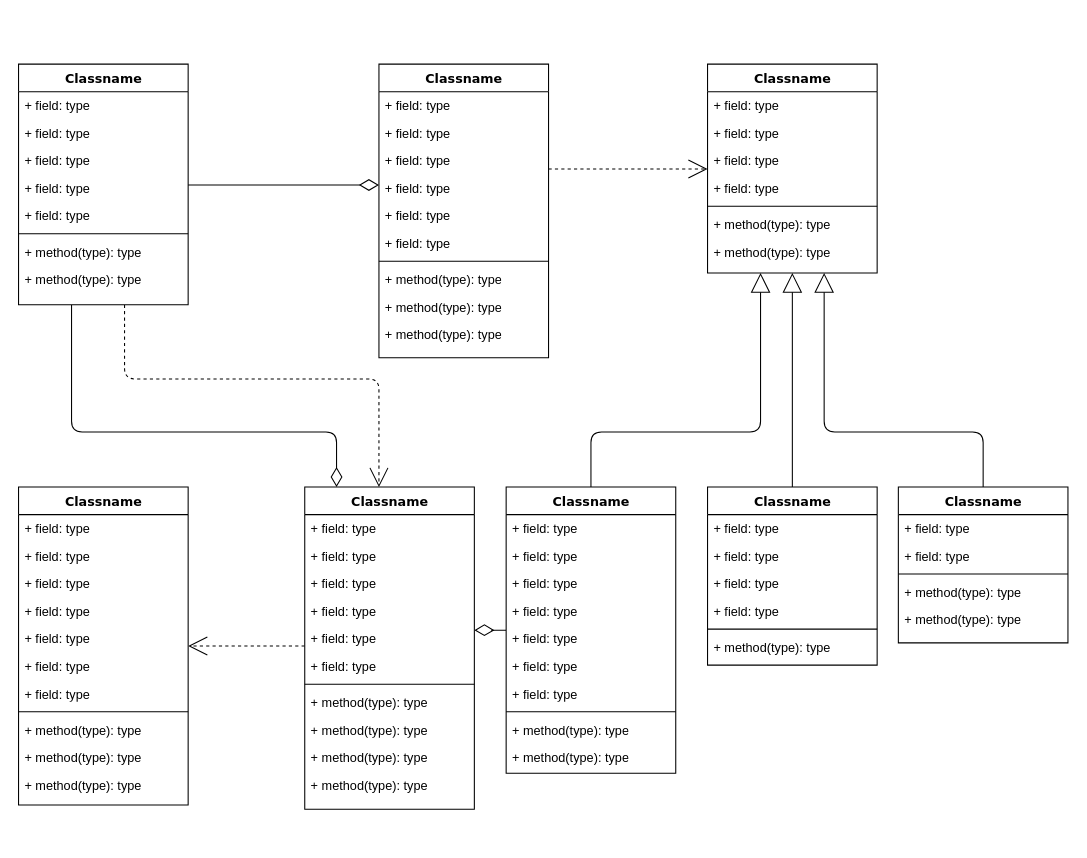
Above: ProjetoBD.drawio in merycd/flavio (draw.io), before the change. Source tidied: cells renumbered, new cells numbered last; positions are measured from the earlier drawing's top-left corner, leaving out a move shared by most shapes. Both pictures are drawn from the tidied source at 106%, with x=0, y=0 at pixel (18, 64).
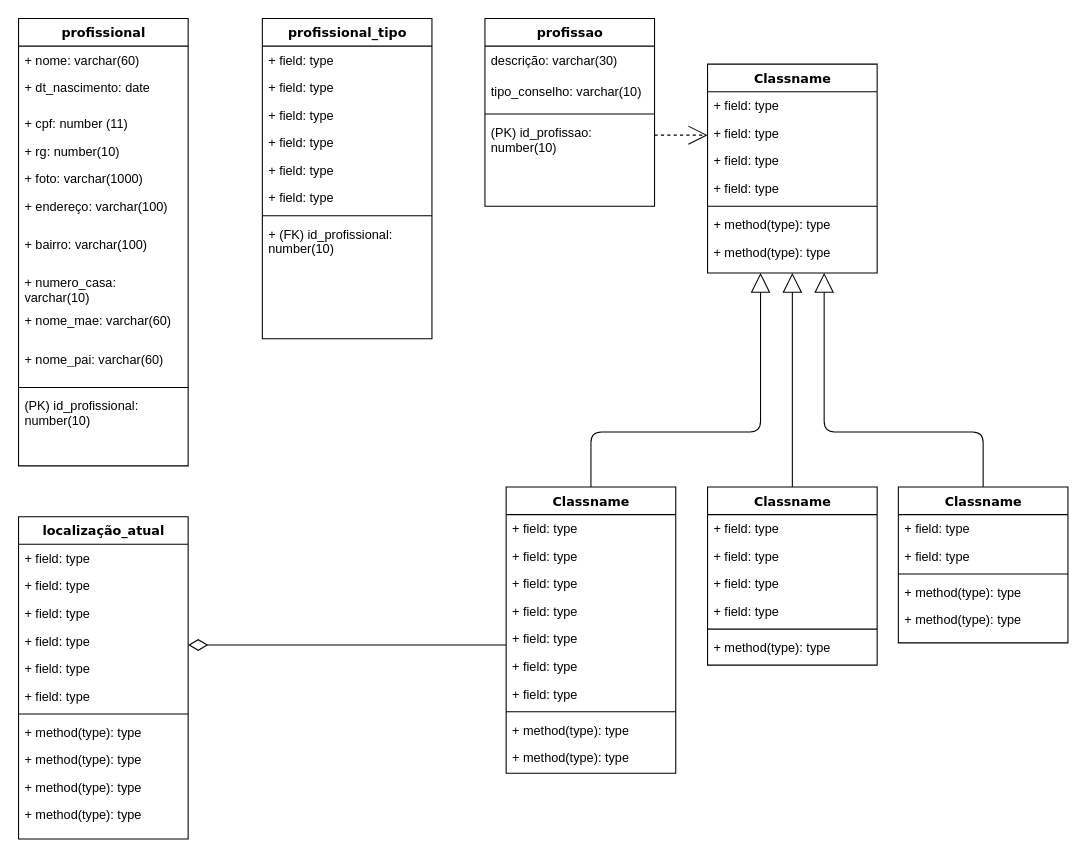
The same page after the edit.

Diff of the diagram source:
```diff
@@
-    <mxCell id="2" style="edgeStyle=orthogonalEdgeStyle;html=1;labelBackgroundColor=none;startFill=0;startSize=8;endArrow=open;endFill=0;endSize=16;fontFamily=Verdana;fontSize=12;dashed=1;" parent="1" edge="1" source="4" target="47">
-      <mxGeometry relative="1" as="geometry">
-        <Array as="points">
-          <mxPoint x="100" y="297" />
-          <mxPoint x="340" y="297" />
-        </Array>
-      </mxGeometry>
-    </mxCell>
-    <mxCell id="3" style="edgeStyle=orthogonalEdgeStyle;html=1;labelBackgroundColor=none;startFill=0;startSize=8;endArrow=diamondThin;endFill=0;endSize=16;fontFamily=Verdana;fontSize=12;" parent="1" edge="1" source="4" target="47">
-      <mxGeometry relative="1" as="geometry">
-        <Array as="points">
-          <mxPoint x="50" y="347" />
-          <mxPoint x="300" y="347" />
-        </Array>
-      </mxGeometry>
-    </mxCell>
-    <mxCell id="4" value="Classname" style="swimlane;html=1;fontStyle=1;align=center;verticalAlign=top;horizontal=1;startSize=26;swimlaneFillColor=#ffffff;rounded=0;shadow=0;comic=0;labelBackgroundColor=none;strokeWidth=1;fillColor=none;fontFamily=Verdana;fontSize=12;" parent="1" vertex="1">
-      <mxGeometry width="160" height="227" as="geometry" />
+    <mxCell id="4" value="profissional" style="swimlane;html=1;fontStyle=1;align=center;verticalAlign=top;horizontal=1;startSize=26;swimlaneFillColor=#ffffff;rounded=0;shadow=0;comic=0;labelBackgroundColor=none;strokeWidth=1;fillColor=none;fontFamily=Verdana;fontSize=12;" parent="1" vertex="1">
+      <mxGeometry y="-43" width="160" height="422" as="geometry" />
     </mxCell>
-    <mxCell id="5" value="+ field: type" style="text;html=1;strokeColor=none;fillColor=none;align=left;verticalAlign=top;spacingLeft=4;spacingRight=4;whiteSpace=wrap;overflow=hidden;" parent="4" vertex="1">
+    <mxCell id="5" value="+ nome: varchar(60)" style="text;html=1;strokeColor=none;fillColor=none;align=left;verticalAlign=top;spacingLeft=4;spacingRight=4;whiteSpace=wrap;overflow=hidden;" parent="4" vertex="1">
       <mxGeometry y="26" width="160" height="26" as="geometry" />
     </mxCell>
-    <mxCell id="6" value="+ field: type" style="text;html=1;strokeColor=none;fillColor=none;align=left;verticalAlign=top;spacingLeft=4;spacingRight=4;whiteSpace=wrap;overflow=hidden;" parent="4" vertex="1">
-      <mxGeometry y="52" width="160" height="26" as="geometry" />
+    <mxCell id="6" value="+ dt_nascimento: date" style="text;html=1;strokeColor=none;fillColor=none;align=left;verticalAlign=top;spacingLeft=4;spacingRight=4;whiteSpace=wrap;overflow=hidden;" parent="4" vertex="1">
+      <mxGeometry y="52" width="160" height="34" as="geometry" />
     </mxCell>
-    <mxCell id="7" value="+ field: type" style="text;html=1;strokeColor=none;fillColor=none;align=left;verticalAlign=top;spacingLeft=4;spacingRight=4;whiteSpace=wrap;overflow=hidden;" parent="4" vertex="1">
-      <mxGeometry y="78" width="160" height="26" as="geometry" />
-    </mxCell>
-    <mxCell id="8" value="+ field: type" style="text;html=1;strokeColor=none;fillColor=none;align=left;verticalAlign=top;spacingLeft=4;spacingRight=4;whiteSpace=wrap;overflow=hidden;" parent="4" vertex="1">
-      <mxGeometry y="104" width="160" height="26" as="geometry" />
+    <mxCell id="8" value="+ cpf: number (11)" style="text;html=1;strokeColor=none;fillColor=none;align=left;verticalAlign=top;spacingLeft=4;spacingRight=4;whiteSpace=wrap;overflow=hidden;" parent="4" vertex="1">
+      <mxGeometry y="86" width="160" height="26" as="geometry" />
     </mxCell>
+    <mxCell id="87" value="+ rg: number(10)" style="text;html=1;strokeColor=none;fillColor=none;align=left;verticalAlign=top;spacingLeft=4;spacingRight=4;whiteSpace=wrap;overflow=hidden;" parent="4" vertex="1">
+      <mxGeometry y="112" width="160" height="26" as="geometry" />
+    </mxCell>
+    <mxCell id="88" value="+ foto: varchar(1000)" style="text;html=1;strokeColor=none;fillColor=none;align=left;verticalAlign=top;spacingLeft=4;spacingRight=4;whiteSpace=wrap;overflow=hidden;" parent="4" vertex="1">
+      <mxGeometry y="138" width="160" height="26" as="geometry" />
+    </mxCell>
+    <mxCell id="89" value="+ endereço: varchar(100)" style="text;html=1;strokeColor=none;fillColor=none;align=left;verticalAlign=top;spacingLeft=4;spacingRight=4;whiteSpace=wrap;overflow=hidden;" parent="4" vertex="1">
+      <mxGeometry y="164" width="160" height="36" as="geometry" />
+    </mxCell>
+    <mxCell id="90" value="+ bairro: varchar(100)" style="text;html=1;strokeColor=none;fillColor=none;align=left;verticalAlign=top;spacingLeft=4;spacingRight=4;whiteSpace=wrap;overflow=hidden;" parent="4" vertex="1">
+      <mxGeometry y="200" width="160" height="36" as="geometry" />
+    </mxCell>
+    <mxCell id="91" value="+ numero_casa: varchar(10)" style="text;html=1;strokeColor=none;fillColor=none;align=left;verticalAlign=top;spacingLeft=4;spacingRight=4;whiteSpace=wrap;overflow=hidden;" parent="4" vertex="1">
+      <mxGeometry y="236" width="160" height="36" as="geometry" />
+    </mxCell>
+    <mxCell id="92" value="+ nome_mae: varchar(60)" style="text;html=1;strokeColor=none;fillColor=none;align=left;verticalAlign=top;spacingLeft=4;spacingRight=4;whiteSpace=wrap;overflow=hidden;" parent="4" vertex="1">
+      <mxGeometry y="272" width="160" height="36" as="geometry" />
+    </mxCell>
-    <mxCell id="9" value="+ field: type" style="text;html=1;strokeColor=none;fillColor=none;align=left;verticalAlign=top;spacingLeft=4;spacingRight=4;whiteSpace=wrap;overflow=hidden;" parent="4" vertex="1">
-      <mxGeometry y="130" width="160" height="26" as="geometry" />
+    <mxCell id="9" value="+ nome_pai: varchar(60)" style="text;html=1;strokeColor=none;fillColor=none;align=left;verticalAlign=top;spacingLeft=4;spacingRight=4;whiteSpace=wrap;overflow=hidden;" parent="4" vertex="1">
+      <mxGeometry y="308" width="160" height="36" as="geometry" />
     </mxCell>
     <mxCell id="10" style="line;html=1;strokeWidth=1;fillColor=none;align=left;verticalAlign=middle;spacingTop=-1;spacingLeft=3;spacingRight=3;labelPosition=right;" parent="4" vertex="1">
-      <mxGeometry y="156" width="160" height="8" as="geometry" />
+      <mxGeometry y="344" width="160" height="8" as="geometry" />
     </mxCell>
-    <mxCell id="11" value="+ method(type): type" style="text;html=1;strokeColor=none;fillColor=none;align=left;verticalAlign=top;spacingLeft=4;spacingRight=4;whiteSpace=wrap;overflow=hidden;" parent="4" vertex="1">
-      <mxGeometry y="164" width="160" height="26" as="geometry" />
-    </mxCell>
-    <mxCell id="12" value="+ method(type): type" style="text;html=1;strokeColor=none;fillColor=none;align=left;verticalAlign=top;spacingLeft=4;spacingRight=4;whiteSpace=wrap;overflow=hidden;" parent="4" vertex="1">
-      <mxGeometry y="190" width="160" height="26" as="geometry" />
-    </mxCell>
+    <mxCell id="7" value="(PK) id_profissional: number(10)" style="text;html=1;strokeColor=none;fillColor=none;align=left;verticalAlign=top;spacingLeft=4;spacingRight=4;whiteSpace=wrap;overflow=hidden;" parent="4" vertex="1">
+      <mxGeometry y="352" width="160" height="44" as="geometry" />
+    </mxCell>
@@
-    <mxCell id="14" value="Classname" style="swimlane;html=1;fontStyle=1;align=center;verticalAlign=top;horizontal=1;startSize=26;swimlaneFillColor=#ffffff;rounded=0;shadow=0;comic=0;labelBackgroundColor=none;strokeWidth=1;fillColor=none;fontFamily=Verdana;fontSize=12;" parent="1" vertex="1">
-      <mxGeometry x="340" width="160" height="277" as="geometry" />
+    <mxCell id="14" value="profissao" style="swimlane;html=1;fontStyle=1;align=center;verticalAlign=top;horizontal=1;startSize=26;swimlaneFillColor=#ffffff;rounded=0;shadow=0;comic=0;labelBackgroundColor=none;strokeWidth=1;fillColor=none;fontFamily=Verdana;fontSize=12;" parent="1" vertex="1">
+      <mxGeometry x="440" y="-43" width="160" height="177" as="geometry" />
     </mxCell>
+    <mxCell id="16" value="descrição: varchar(30)" style="text;html=1;strokeColor=none;fillColor=none;align=left;verticalAlign=top;spacingLeft=4;spacingRight=4;whiteSpace=wrap;overflow=hidden;" parent="14" vertex="1">
+      <mxGeometry y="26" width="160" height="30" as="geometry" />
+    </mxCell>
+    <mxCell id="93" value="tipo_conselho: varchar(10)" style="text;html=1;strokeColor=none;fillColor=none;align=left;verticalAlign=top;spacingLeft=4;spacingRight=4;whiteSpace=wrap;overflow=hidden;" parent="14" vertex="1">
+      <mxGeometry y="56" width="160" height="30" as="geometry" />
+    </mxCell>
+    <mxCell id="21" style="line;html=1;strokeWidth=1;fillColor=none;align=left;verticalAlign=middle;spacingTop=-1;spacingLeft=3;spacingRight=3;labelPosition=right;" parent="14" vertex="1">
+      <mxGeometry y="86" width="160" height="8" as="geometry" />
+    </mxCell>
-    <mxCell id="15" value="+ field: type" style="text;html=1;strokeColor=none;fillColor=none;align=left;verticalAlign=top;spacingLeft=4;spacingRight=4;whiteSpace=wrap;overflow=hidden;" parent="14" vertex="1">
-      <mxGeometry y="26" width="160" height="26" as="geometry" />
+    <mxCell id="15" value="(PK) id_profissao: number(10)" style="text;html=1;strokeColor=none;fillColor=none;align=left;verticalAlign=top;spacingLeft=4;spacingRight=4;whiteSpace=wrap;overflow=hidden;" parent="14" vertex="1">
+      <mxGeometry y="94" width="160" height="44" as="geometry" />
     </mxCell>
-    <mxCell id="16" value="+ field: type" style="text;html=1;strokeColor=none;fillColor=none;align=left;verticalAlign=top;spacingLeft=4;spacingRight=4;whiteSpace=wrap;overflow=hidden;" parent="14" vertex="1">
-      <mxGeometry y="52" width="160" height="26" as="geometry" />
-    </mxCell>
-    <mxCell id="17" value="+ field: type" style="text;html=1;strokeColor=none;fillColor=none;align=left;verticalAlign=top;spacingLeft=4;spacingRight=4;whiteSpace=wrap;overflow=hidden;" parent="14" vertex="1">
-      <mxGeometry y="78" width="160" height="26" as="geometry" />
-    </mxCell>
-    <mxCell id="18" value="+ field: type" style="text;html=1;strokeColor=none;fillColor=none;align=left;verticalAlign=top;spacingLeft=4;spacingRight=4;whiteSpace=wrap;overflow=hidden;" parent="14" vertex="1">
-      <mxGeometry y="104" width="160" height="26" as="geometry" />
-    </mxCell>
-    <mxCell id="19" value="+ field: type" style="text;html=1;strokeColor=none;fillColor=none;align=left;verticalAlign=top;spacingLeft=4;spacingRight=4;whiteSpace=wrap;overflow=hidden;" parent="14" vertex="1">
-      <mxGeometry y="130" width="160" height="26" as="geometry" />
-    </mxCell>
-    <mxCell id="20" value="+ field: type" style="text;html=1;strokeColor=none;fillColor=none;align=left;verticalAlign=top;spacingLeft=4;spacingRight=4;whiteSpace=wrap;overflow=hidden;" parent="14" vertex="1">
-      <mxGeometry y="156" width="160" height="26" as="geometry" />
-    </mxCell>
-    <mxCell id="21" style="line;html=1;strokeWidth=1;fillColor=none;align=left;verticalAlign=middle;spacingTop=-1;spacingLeft=3;spacingRight=3;labelPosition=right;" parent="14" vertex="1">
-      <mxGeometry y="182" width="160" height="8" as="geometry" />
-    </mxCell>
-    <mxCell id="22" value="+ method(type): type" style="text;html=1;strokeColor=none;fillColor=none;align=left;verticalAlign=top;spacingLeft=4;spacingRight=4;whiteSpace=wrap;overflow=hidden;" parent="14" vertex="1">
-      <mxGeometry y="190" width="160" height="26" as="geometry" />
-    </mxCell>
-    <mxCell id="23" value="+ method(type): type" style="text;html=1;strokeColor=none;fillColor=none;align=left;verticalAlign=top;spacingLeft=4;spacingRight=4;whiteSpace=wrap;overflow=hidden;" parent="14" vertex="1">
-      <mxGeometry y="216" width="160" height="26" as="geometry" />
-    </mxCell>
-    <mxCell id="24" value="+ method(type): type" style="text;html=1;strokeColor=none;fillColor=none;align=left;verticalAlign=top;spacingLeft=4;spacingRight=4;whiteSpace=wrap;overflow=hidden;" parent="14" vertex="1">
-      <mxGeometry y="242" width="160" height="26" as="geometry" />
-    </mxCell>
@@
-    <mxCell id="33" style="edgeStyle=elbowEdgeStyle;html=1;labelBackgroundColor=none;startFill=0;startSize=8;endArrow=open;endFill=0;endSize=16;fontFamily=Verdana;fontSize=12;elbow=vertical;dashed=1;" parent="1" edge="1" source="47" target="34">
-      <mxGeometry relative="1" as="geometry" />
-    </mxCell>
-    <mxCell id="34" value="Classname" style="swimlane;html=1;fontStyle=1;align=center;verticalAlign=top;horizontal=1;startSize=26;swimlaneFillColor=#ffffff;rounded=0;shadow=0;comic=0;labelBackgroundColor=none;strokeWidth=1;fillColor=none;fontFamily=Verdana;fontSize=12;" parent="1" vertex="1">
-      <mxGeometry y="399" width="160" height="300" as="geometry" />
+    <mxCell id="34" value="profissional_tipo" style="swimlane;html=1;fontStyle=1;align=center;verticalAlign=top;horizontal=1;startSize=26;swimlaneFillColor=#ffffff;rounded=0;shadow=0;comic=0;labelBackgroundColor=none;strokeWidth=1;fillColor=none;fontFamily=Verdana;fontSize=12;" parent="1" vertex="1">
+      <mxGeometry x="230" y="-43" width="160" height="302" as="geometry" />
     </mxCell>
-    <mxCell id="35" value="+ field: type" style="text;html=1;strokeColor=none;fillColor=none;align=left;verticalAlign=top;spacingLeft=4;spacingRight=4;whiteSpace=wrap;overflow=hidden;" parent="34" vertex="1">
-      <mxGeometry y="26" width="160" height="26" as="geometry" />
-    </mxCell>
     <mxCell id="36" value="+ field: type" style="text;html=1;strokeColor=none;fillColor=none;align=left;verticalAlign=top;spacingLeft=4;spacingRight=4;whiteSpace=wrap;overflow=hidden;" parent="34" vertex="1">
-      <mxGeometry y="52" width="160" height="26" as="geometry" />
+      <mxGeometry y="26" width="160" height="26" as="geometry" />
     </mxCell>
     <mxCell id="37" value="+ field: type" style="text;html=1;strokeColor=none;fillColor=none;align=left;verticalAlign=top;spacingLeft=4;spacingRight=4;whiteSpace=wrap;overflow=hidden;" parent="34" vertex="1">
-      <mxGeometry y="78" width="160" height="26" as="geometry" />
+      <mxGeometry y="52" width="160" height="26" as="geometry" />
     </mxCell>
     <mxCell id="38" value="+ field: type" style="text;html=1;strokeColor=none;fillColor=none;align=left;verticalAlign=top;spacingLeft=4;spacingRight=4;whiteSpace=wrap;overflow=hidden;" parent="34" vertex="1">
-      <mxGeometry y="104" width="160" height="26" as="geometry" />
+      <mxGeometry y="78" width="160" height="26" as="geometry" />
     </mxCell>
     <mxCell id="39" value="+ field: type" style="text;html=1;strokeColor=none;fillColor=none;align=left;verticalAlign=top;spacingLeft=4;spacingRight=4;whiteSpace=wrap;overflow=hidden;" parent="34" vertex="1">
-      <mxGeometry y="130" width="160" height="26" as="geometry" />
+      <mxGeometry y="104" width="160" height="26" as="geometry" />
     </mxCell>
     <mxCell id="40" value="+ field: type" style="text;html=1;strokeColor=none;fillColor=none;align=left;verticalAlign=top;spacingLeft=4;spacingRight=4;whiteSpace=wrap;overflow=hidden;" parent="34" vertex="1">
-      <mxGeometry y="156" width="160" height="26" as="geometry" />
+      <mxGeometry y="130" width="160" height="26" as="geometry" />
     </mxCell>
     <mxCell id="41" value="+ field: type" style="text;html=1;strokeColor=none;fillColor=none;align=left;verticalAlign=top;spacingLeft=4;spacingRight=4;whiteSpace=wrap;overflow=hidden;" parent="34" vertex="1">
-      <mxGeometry y="182" width="160" height="26" as="geometry" />
+      <mxGeometry y="156" width="160" height="26" as="geometry" />
     </mxCell>
     <mxCell id="42" style="line;html=1;strokeWidth=1;fillColor=none;align=left;verticalAlign=middle;spacingTop=-1;spacingLeft=3;spacingRight=3;labelPosition=right;" parent="34" vertex="1">
-      <mxGeometry y="208" width="160" height="8" as="geometry" />
+      <mxGeometry y="182" width="160" height="8" as="geometry" />
     </mxCell>
-    <mxCell id="43" value="+ method(type): type" style="text;html=1;strokeColor=none;fillColor=none;align=left;verticalAlign=top;spacingLeft=4;spacingRight=4;whiteSpace=wrap;overflow=hidden;" parent="34" vertex="1">
-      <mxGeometry y="216" width="160" height="26" as="geometry" />
-    </mxCell>
-    <mxCell id="44" value="+ method(type): type" style="text;html=1;strokeColor=none;fillColor=none;align=left;verticalAlign=top;spacingLeft=4;spacingRight=4;whiteSpace=wrap;overflow=hidden;" parent="34" vertex="1">
-      <mxGeometry y="242" width="160" height="26" as="geometry" />
-    </mxCell>
-    <mxCell id="45" value="+ method(type): type" style="text;html=1;strokeColor=none;fillColor=none;align=left;verticalAlign=top;spacingLeft=4;spacingRight=4;whiteSpace=wrap;overflow=hidden;" parent="34" vertex="1">
-      <mxGeometry y="268" width="160" height="26" as="geometry" />
-    </mxCell>
+    <mxCell id="35" value="+ (FK) id_profissional: number(10)" style="text;html=1;strokeColor=none;fillColor=none;align=left;verticalAlign=top;spacingLeft=4;spacingRight=4;whiteSpace=wrap;overflow=hidden;" parent="34" vertex="1">
+      <mxGeometry y="190" width="160" height="34" as="geometry" />
+    </mxCell>
@@
-    <mxCell id="47" value="Classname" style="swimlane;html=1;fontStyle=1;align=center;verticalAlign=top;horizontal=1;startSize=26;swimlaneFillColor=#ffffff;rounded=0;shadow=0;comic=0;labelBackgroundColor=none;strokeWidth=1;fillColor=none;fontFamily=Verdana;fontSize=12;" parent="1" vertex="1">
-      <mxGeometry x="270" y="399" width="160" height="304" as="geometry" />
+    <mxCell id="47" value="localização_atual" style="swimlane;html=1;fontStyle=1;align=center;verticalAlign=top;horizontal=1;startSize=26;swimlaneFillColor=#ffffff;rounded=0;shadow=0;comic=0;labelBackgroundColor=none;strokeWidth=1;fillColor=none;fontFamily=Verdana;fontSize=12;" parent="1" vertex="1">
+      <mxGeometry y="427" width="160" height="304" as="geometry" />
     </mxCell>
@@
-    <mxCell id="86" style="edgeStyle=elbowEdgeStyle;html=1;labelBackgroundColor=none;startFill=0;startSize=8;endArrow=diamondThin;endFill=0;endSize=16;fontFamily=Verdana;fontSize=12;elbow=vertical;" parent="1" edge="1" source="4" target="14">
-      <mxGeometry relative="1" as="geometry" />
-    </mxCell>
```
